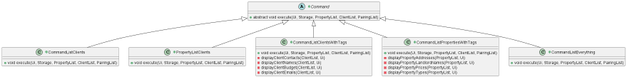
nus-cs2113-AY2223S1/tp keeps this PlantUML diagram as docs/diagrams/ListClassDiagram.png. Above is the earlier version.
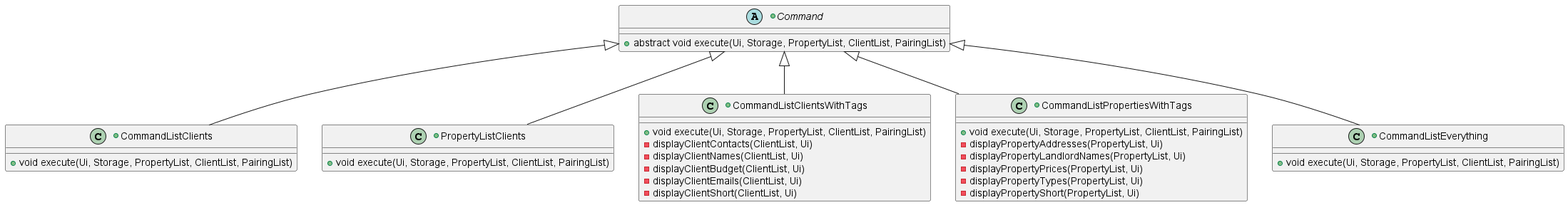
The same diagram one commit later.

Commit message:
Update developer guide to include list -short. Add sequence diagram

Diff of the diagram source:
```diff
@@ -14,6 +14,7 @@
 -displayClientNames(ClientList, Ui)
 -displayClientBudget(ClientList, Ui)
 -displayClientEmails(ClientList, Ui)
+-displayClientShort(ClientList, Ui)
 }
 +class CommandListPropertiesWithTags extends Command {
 +void execute(Ui, Storage, PropertyList, ClientList, PairingList)
@@ -21,6 +22,7 @@
 -displayPropertyLandlordNames(PropertyList, Ui)
 -displayPropertyPrices(PropertyList, Ui)
 -displayPropertyTypes(PropertyList, Ui)
+-displayPropertyShort(PropertyList, Ui)
 }
 +class CommandListEverything extends Command {
 +void execute(Ui, Storage, PropertyList, ClientList, PairingList)
```
